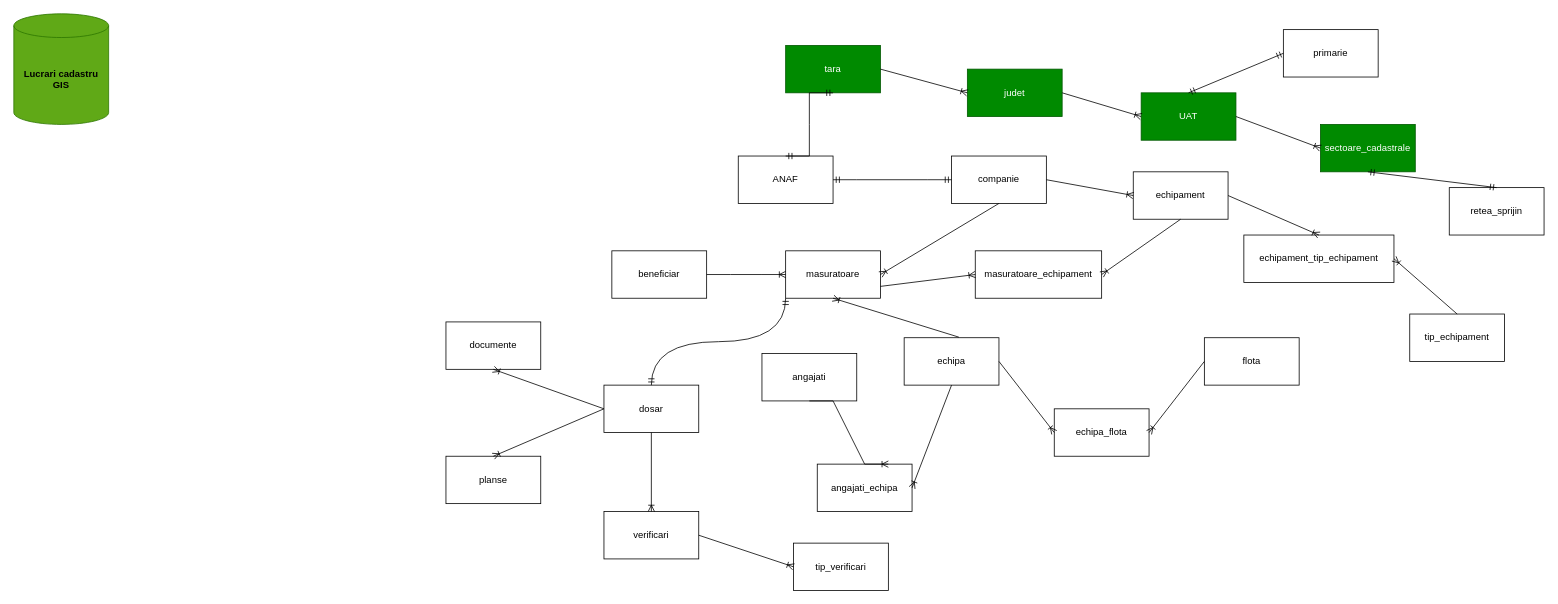
This is model_abstract.drawio from Fabbye3737/modelare_db, a draw.io file, before an edit. Source tidied: cells renumbered, new cells numbered last; positions are measured from the earlier drawing's top-left corner, leaving out a move shared by most shapes. Both pictures are drawn from the tidied source at 79%, with x=0, y=0 at pixel (13, 13).
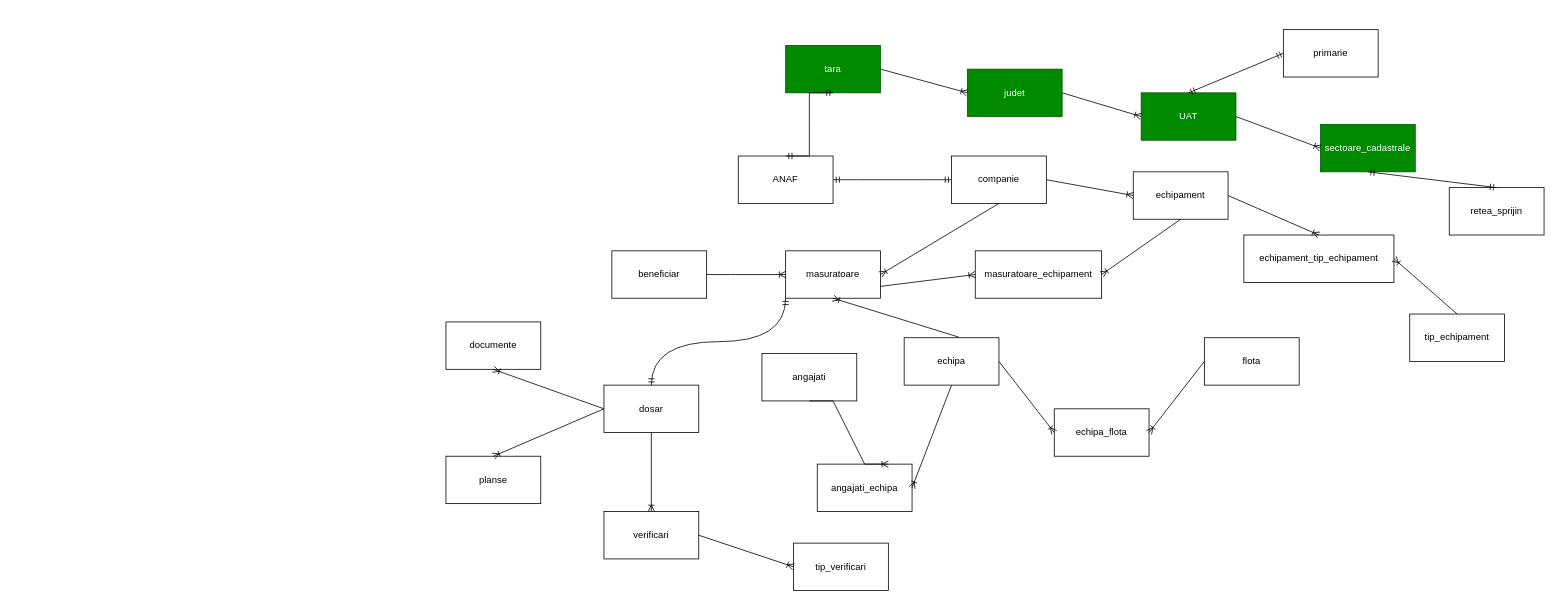
After the change.

The edit, as a diff of the source:
```diff
@@
-    <mxCell id="2" value="Lucrari cadastru GIS" style="shape=cylinder3;whiteSpace=wrap;html=1;boundedLbl=1;backgroundOutline=1;size=15;fillColor=#60a917;strokeColor=#2D7600;fontColor=#000000;labelBackgroundColor=none;labelBorderColor=none;fontStyle=1;" parent="1" vertex="1">
-      <mxGeometry width="120" height="140" as="geometry" />
-    </mxCell>
```
